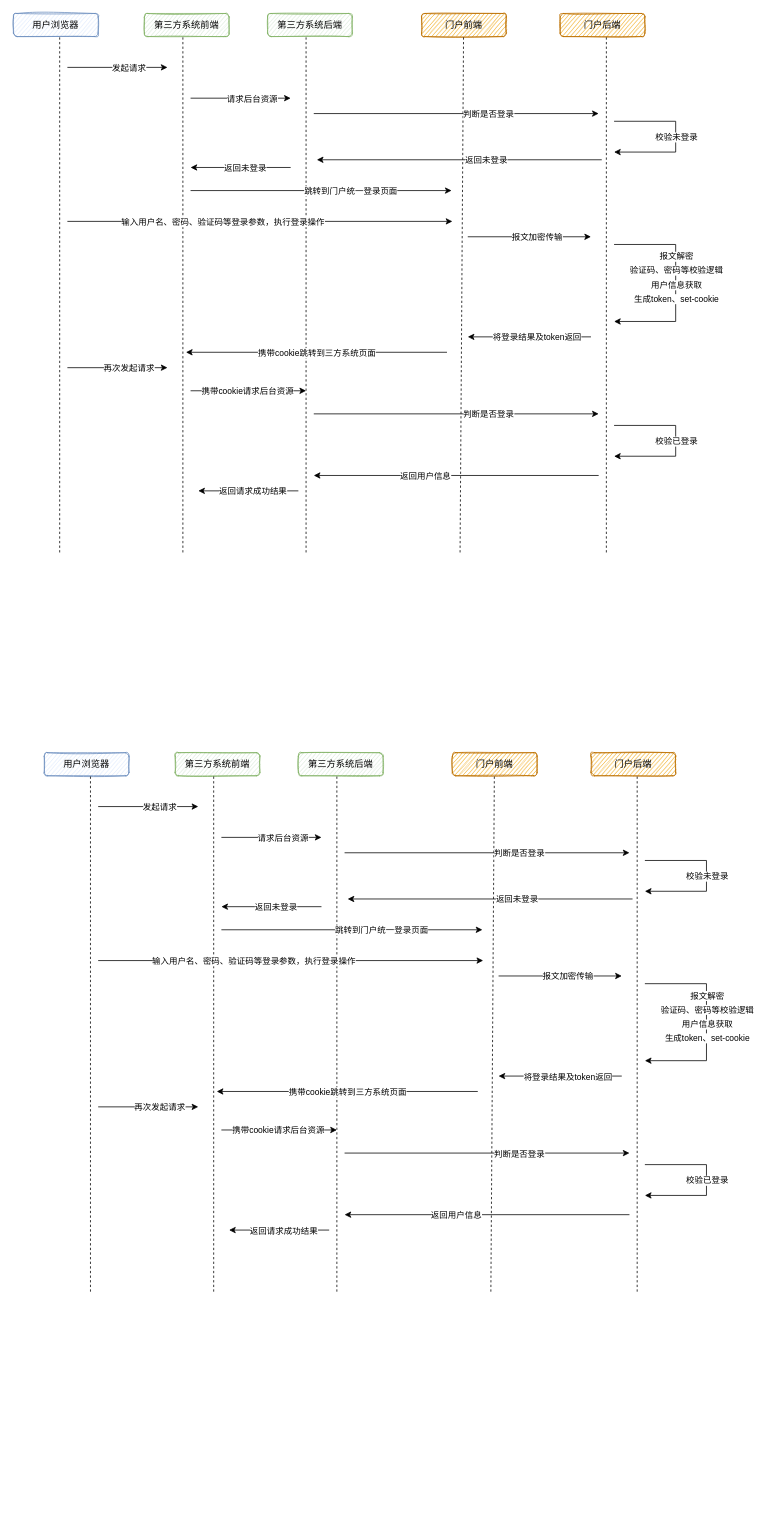
Before: 单点登录流程oauth2.drawio in Aias00/drawio, a draw.io diagram. Source tidied: cells renumbered, new cells numbered last; positions are measured from the earlier drawing's top-left corner, leaving out a move shared by most shapes. Both pictures are drawn from the tidied source at 77%, with x=0, y=0 at pixel (13, 13).
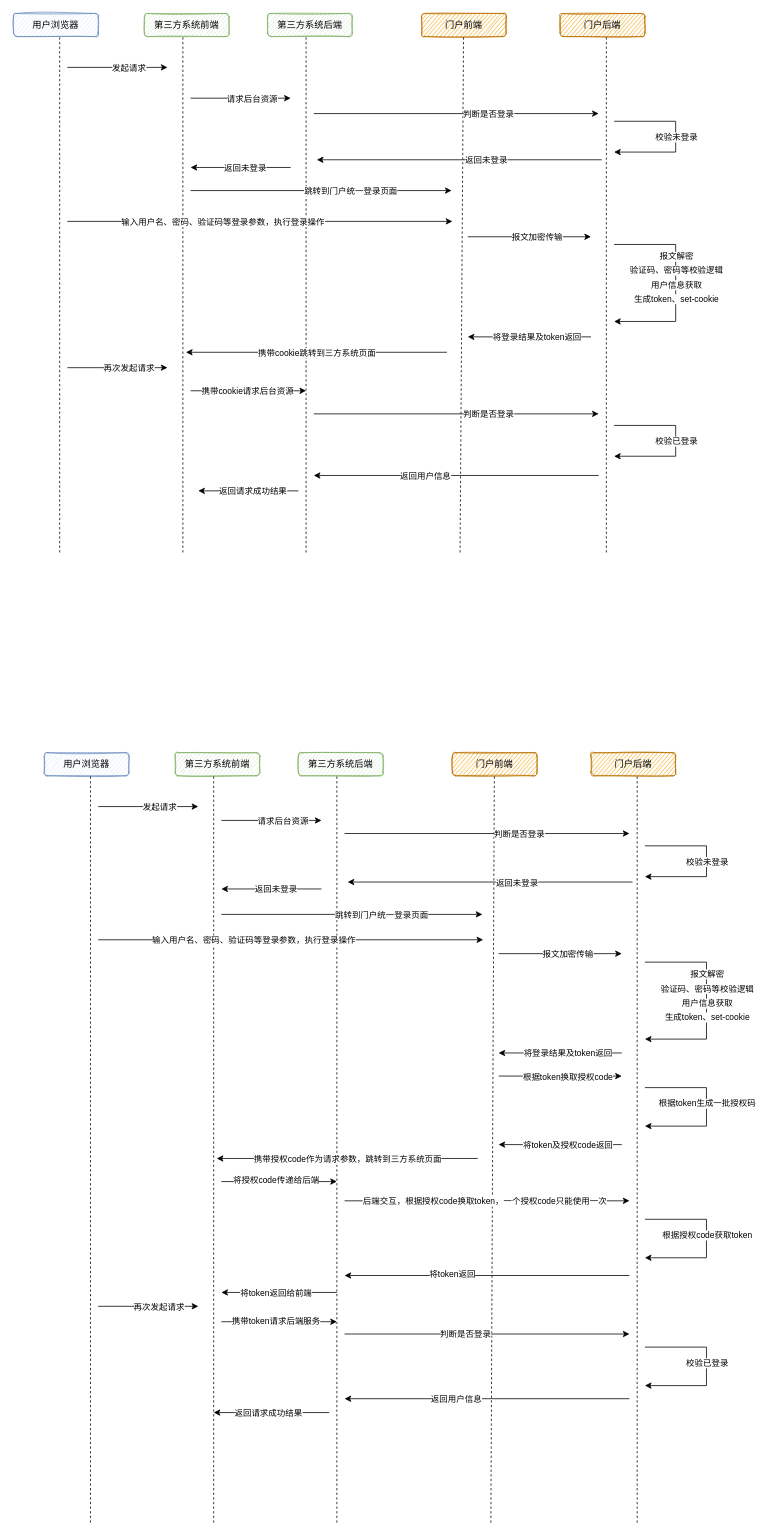
After the change.

Commit message:
更新单点登录流程oauth2.drawio

The edit, as a diff of the source:
```diff
@@
     <mxCell id="56" style="endArrow=none;dashed=1;html=1;rounded=0;" parent="1" edge="1">
       <mxGeometry relative="1" as="geometry">
-        <mxPoint x="260" y="1660" as="sourcePoint" />
+        <mxPoint x="260" y="1960" as="sourcePoint" />
         <mxPoint x="260" y="990" as="targetPoint" />
       </mxGeometry>
     </mxCell>
     <mxCell id="57" style="endArrow=none;dashed=1;html=1;rounded=0;" parent="1" edge="1">
       <mxGeometry relative="1" as="geometry">
-        <mxPoint x="100" y="1660" as="sourcePoint" />
+        <mxPoint x="100" y="1960" as="sourcePoint" />
         <mxPoint x="100" y="990" as="targetPoint" />
       </mxGeometry>
     </mxCell>
@@
     <mxCell id="60" style="endArrow=none;dashed=1;html=1;rounded=0;" parent="1" edge="1">
       <mxGeometry relative="1" as="geometry">
-        <mxPoint x="420" y="1660" as="sourcePoint" />
+        <mxPoint x="420" y="1960" as="sourcePoint" />
         <mxPoint x="420" y="990" as="targetPoint" />
       </mxGeometry>
     </mxCell>
     <mxCell id="61" style="endArrow=classic;html=1;rounded=0;" parent="1" edge="1">
       <mxGeometry relative="1" as="geometry">
-        <mxPoint x="270" y="1070" as="sourcePoint" />
-        <mxPoint x="400" y="1070" as="targetPoint" />
+        <mxPoint x="270" y="1048" as="sourcePoint" />
+        <mxPoint x="400" y="1048" as="targetPoint" />
       </mxGeometry>
     </mxCell>
@@
     <mxCell id="63" style="endArrow=none;dashed=1;html=1;rounded=0;" parent="1" edge="1">
       <mxGeometry relative="1" as="geometry">
-        <mxPoint x="620" y="1660" as="sourcePoint" />
+        <mxPoint x="620" y="1960" as="sourcePoint" />
         <mxPoint x="624.5" y="990" as="targetPoint" />
       </mxGeometry>
     </mxCell>
     <mxCell id="64" style="endArrow=none;dashed=1;html=1;rounded=0;" parent="1" edge="1">
       <mxGeometry relative="1" as="geometry">
-        <mxPoint x="810" y="1660" as="sourcePoint" />
+        <mxPoint x="810" y="1960" as="sourcePoint" />
         <mxPoint x="810" y="990" as="targetPoint" />
       </mxGeometry>
     </mxCell>
     <mxCell id="65" style="endArrow=classic;html=1;rounded=0;" parent="1" edge="1">
       <mxGeometry relative="1" as="geometry">
-        <mxPoint x="430" y="1090" as="sourcePoint" />
-        <mxPoint x="800" y="1090" as="targetPoint" />
+        <mxPoint x="430" y="1065" as="sourcePoint" />
+        <mxPoint x="800" y="1065" as="targetPoint" />
       </mxGeometry>
     </mxCell>
@@
     <mxCell id="67" style="endArrow=classic;html=1;rounded=0;" parent="1" edge="1">
       <mxGeometry relative="1" as="geometry">
-        <mxPoint x="804" y="1150" as="sourcePoint" />
-        <mxPoint x="434" y="1150" as="targetPoint" />
+        <mxPoint x="804" y="1128" as="sourcePoint" />
+        <mxPoint x="434" y="1128" as="targetPoint" />
       </mxGeometry>
     </mxCell>
@@
     <mxCell id="69" style="endArrow=classic;html=1;rounded=0;" parent="1" edge="1">
       <mxGeometry relative="1" as="geometry">
-        <mxPoint x="400" y="1160" as="sourcePoint" />
-        <mxPoint x="270" y="1160" as="targetPoint" />
+        <mxPoint x="400" y="1137" as="sourcePoint" />
+        <mxPoint x="270" y="1137" as="targetPoint" />
       </mxGeometry>
     </mxCell>
@@
     <mxCell id="71" style="endArrow=classic;html=1;rounded=0;" parent="1" edge="1">
       <mxGeometry relative="1" as="geometry">
-        <mxPoint x="270" y="1190" as="sourcePoint" />
-        <mxPoint x="609" y="1190" as="targetPoint" />
+        <mxPoint x="270" y="1170" as="sourcePoint" />
+        <mxPoint x="609" y="1170" as="targetPoint" />
       </mxGeometry>
     </mxCell>
@@
     <mxCell id="73" style="endArrow=classic;html=1;rounded=0;" parent="1" edge="1">
       <mxGeometry relative="1" as="geometry">
-        <mxPoint x="110" y="1230" as="sourcePoint" />
-        <mxPoint x="610" y="1230" as="targetPoint" />
+        <mxPoint x="110" y="1203" as="sourcePoint" />
+        <mxPoint x="610" y="1203" as="targetPoint" />
       </mxGeometry>
     </mxCell>
@@
     <mxCell id="75" style="endArrow=classic;html=1;rounded=0;" parent="1" edge="1">
       <mxGeometry relative="1" as="geometry">
-        <mxPoint x="630" y="1250" as="sourcePoint" />
-        <mxPoint x="790" y="1250" as="targetPoint" />
+        <mxPoint x="630" y="1221" as="sourcePoint" />
+        <mxPoint x="790" y="1221" as="targetPoint" />
       </mxGeometry>
     </mxCell>
@@
     <mxCell id="77" style="endArrow=classic;html=1;rounded=0;edgeStyle=elbowEdgeStyle;" parent="1" edge="1">
       <mxGeometry relative="1" as="geometry">
-        <mxPoint x="820" y="1100" as="sourcePoint" />
-        <mxPoint x="820" y="1140" as="targetPoint" />
+        <mxPoint x="820" y="1081" as="sourcePoint" />
+        <mxPoint x="820" y="1121" as="targetPoint" />
         <Array as="points">
-          <mxPoint x="900" y="1120" />
+          <mxPoint x="900" y="1101" />
         </Array>
       </mxGeometry>
     </mxCell>
@@
     <mxCell id="79" style="endArrow=classic;html=1;rounded=0;edgeStyle=elbowEdgeStyle;" parent="1" edge="1">
       <mxGeometry relative="1" as="geometry">
-        <mxPoint x="820" y="1260" as="sourcePoint" />
-        <mxPoint x="820" y="1360" as="targetPoint" />
+        <mxPoint x="820" y="1232" as="sourcePoint" />
+        <mxPoint x="820" y="1332" as="targetPoint" />
         <Array as="points">
-          <mxPoint x="900" y="1280" />
+          <mxPoint x="900" y="1252" />
         </Array>
       </mxGeometry>
     </mxCell>
@@
     <mxCell id="81" value="验证码、密码等校验逻辑" style="edgeLabel;html=1;align=center;verticalAlign=middle;" parent="1" vertex="1">
-      <mxGeometry x="900" y="1293" as="geometry" />
+      <mxGeometry x="900" y="1266" as="geometry" />
     </mxCell>
     <mxCell id="82" value="用户信息获取" style="edgeLabel;html=1;align=center;verticalAlign=middle;" parent="1" vertex="1">
-      <mxGeometry x="900" y="1312" as="geometry" />
+      <mxGeometry x="900" y="1285" as="geometry" />
     </mxCell>
     <mxCell id="83" value="生成token、set-cookie" style="edgeLabel;html=1;align=center;verticalAlign=middle;" parent="1" vertex="1">
-      <mxGeometry x="900" y="1330" as="geometry" />
+      <mxGeometry x="900" y="1303" as="geometry" />
     </mxCell>
     <mxCell id="84" style="endArrow=classic;html=1;rounded=0;" parent="1" edge="1">
       <mxGeometry relative="1" as="geometry">
-        <mxPoint x="790" y="1380" as="sourcePoint" />
-        <mxPoint x="630" y="1380" as="targetPoint" />
+        <mxPoint x="790" y="1350" as="sourcePoint" />
+        <mxPoint x="630" y="1350" as="targetPoint" />
       </mxGeometry>
     </mxCell>
@@
     <mxCell id="86" style="endArrow=classic;html=1;rounded=0;" parent="1" edge="1">
       <mxGeometry relative="1" as="geometry">
-        <mxPoint x="603" y="1400" as="sourcePoint" />
-        <mxPoint x="264" y="1400" as="targetPoint" />
+        <mxPoint x="603" y="1487" as="sourcePoint" />
+        <mxPoint x="264" y="1487" as="targetPoint" />
       </mxGeometry>
     </mxCell>
-    <mxCell id="87" value="携带cookie跳转到三方系统页面" style="edgeLabel;html=1;align=center;verticalAlign=middle;" parent="86" vertex="1">
+    <mxCell id="87" value="携带授权code作为请求参数，跳转到三方系统页面" style="edgeLabel;html=1;align=center;verticalAlign=middle;" parent="86" vertex="1">
       <mxGeometry x="0.22" relative="1" as="geometry">
         <mxPoint x="37" as="offset" />
       </mxGeometry>
     </mxCell>
-    <mxCell id="88" style="endArrow=classic;html=1;rounded=0;" parent="1" edge="1">
-      <mxGeometry relative="1" as="geometry">
-        <mxPoint x="110" y="1420" as="sourcePoint" />
-        <mxPoint x="240" y="1420" as="targetPoint" />
-      </mxGeometry>
-    </mxCell>
+    <mxCell id="90" style="endArrow=classic;html=1;rounded=0;" parent="1" edge="1">
+      <mxGeometry relative="1" as="geometry">
+        <mxPoint x="270" y="1517" as="sourcePoint" />
+        <mxPoint x="420" y="1517" as="targetPoint" />
+      </mxGeometry>
+    </mxCell>
+    <mxCell id="100" value="将授权code传递给后端" style="edgeLabel;html=1;align=center;verticalAlign=middle;" parent="90" vertex="1">
+      <mxGeometry x="-0.31" y="2" relative="1" as="geometry">
+        <mxPoint x="18" as="offset" />
+      </mxGeometry>
+    </mxCell>
+    <mxCell id="101" style="endArrow=classic;html=1;rounded=0;" parent="1" edge="1">
+      <mxGeometry relative="1" as="geometry">
+        <mxPoint x="630" y="1380" as="sourcePoint" />
+        <mxPoint x="790" y="1380" as="targetPoint" />
+      </mxGeometry>
+    </mxCell>
+    <mxCell id="102" value="根据token换取授权code" style="edgeLabel;html=1;align=center;verticalAlign=middle;" parent="101" vertex="1">
+      <mxGeometry x="0.22" relative="1" as="geometry">
+        <mxPoint x="-9" as="offset" />
+      </mxGeometry>
+    </mxCell>
+    <mxCell id="103" style="endArrow=classic;html=1;rounded=0;edgeStyle=elbowEdgeStyle;" parent="1" edge="1">
+      <mxGeometry relative="1" as="geometry">
+        <mxPoint x="820" y="1395" as="sourcePoint" />
+        <mxPoint x="820" y="1445" as="targetPoint" />
+        <Array as="points">
+          <mxPoint x="900" y="1415" />
+        </Array>
+      </mxGeometry>
+    </mxCell>
+    <mxCell id="104" value="根据token生成一批授权码" style="edgeLabel;html=1;align=center;verticalAlign=middle;" parent="103" vertex="1">
+      <mxGeometry x="-0.27" y="-2" relative="1" as="geometry">
+        <mxPoint x="3" y="18" as="offset" />
+      </mxGeometry>
+    </mxCell>
+    <mxCell id="105" style="endArrow=classic;html=1;rounded=0;" parent="1" edge="1">
+      <mxGeometry relative="1" as="geometry">
+        <mxPoint x="790" y="1469" as="sourcePoint" />
+        <mxPoint x="630" y="1469" as="targetPoint" />
+      </mxGeometry>
+    </mxCell>
+    <mxCell id="106" value="将token及授权code返回" style="edgeLabel;html=1;align=center;verticalAlign=middle;" parent="105" vertex="1">
+      <mxGeometry x="0.22" relative="1" as="geometry">
+        <mxPoint x="27" as="offset" />
+      </mxGeometry>
+    </mxCell>
+    <mxCell id="107" style="endArrow=classic;html=1;rounded=0;" parent="1" edge="1">
+      <mxGeometry relative="1" as="geometry">
+        <mxPoint x="430" y="1542" as="sourcePoint" />
+        <mxPoint x="800" y="1542" as="targetPoint" />
+      </mxGeometry>
+    </mxCell>
+    <mxCell id="108" value="后端交互，根据授权code换取token，一个授权code只能使用一次" style="edgeLabel;html=1;align=center;verticalAlign=middle;" parent="107" vertex="1">
+      <mxGeometry x="0.22" relative="1" as="geometry">
+        <mxPoint x="-45" as="offset" />
+      </mxGeometry>
+    </mxCell>
+    <mxCell id="109" style="endArrow=classic;html=1;rounded=0;edgeStyle=elbowEdgeStyle;" parent="1" edge="1">
+      <mxGeometry relative="1" as="geometry">
+        <mxPoint x="820" y="1566" as="sourcePoint" />
+        <mxPoint x="820" y="1616" as="targetPoint" />
+        <Array as="points">
+          <mxPoint x="900" y="1586" />
+        </Array>
+      </mxGeometry>
+    </mxCell>
+    <mxCell id="110" value="根据授权code获取token" style="edgeLabel;html=1;align=center;verticalAlign=middle;" parent="109" vertex="1">
+      <mxGeometry x="-0.27" y="-2" relative="1" as="geometry">
+        <mxPoint x="3" y="18" as="offset" />
+      </mxGeometry>
+    </mxCell>
+    <mxCell id="111" style="endArrow=classic;html=1;rounded=0;" parent="1" edge="1">
+      <mxGeometry relative="1" as="geometry">
+        <mxPoint x="800" y="1639" as="sourcePoint" />
+        <mxPoint x="430" y="1639" as="targetPoint" />
+      </mxGeometry>
+    </mxCell>
+    <mxCell id="112" value="将token返回" style="edgeLabel;html=1;align=center;verticalAlign=middle;" parent="111" vertex="1">
+      <mxGeometry x="0.25" y="-2" relative="1" as="geometry" />
+    </mxCell>
+    <mxCell id="113" style="endArrow=classic;html=1;rounded=0;" parent="1" edge="1">
+      <mxGeometry relative="1" as="geometry">
+        <mxPoint x="420" y="1661" as="sourcePoint" />
+        <mxPoint x="270" y="1661" as="targetPoint" />
+      </mxGeometry>
+    </mxCell>
+    <mxCell id="114" value="将token返回给前端" style="edgeLabel;html=1;align=center;verticalAlign=middle;" parent="113" vertex="1">
+      <mxGeometry x="0.63" y="-4" relative="1" as="geometry">
+        <mxPoint x="42" y="4" as="offset" />
+      </mxGeometry>
+    </mxCell>
+    <mxCell id="115" style="endArrow=classic;html=1;rounded=0;" parent="1" edge="1">
+      <mxGeometry relative="1" as="geometry">
+        <mxPoint x="110" y="1679" as="sourcePoint" />
+        <mxPoint x="240" y="1679" as="targetPoint" />
+      </mxGeometry>
+    </mxCell>
-    <mxCell id="89" value="再次发起请求" style="edgeLabel;html=1;align=center;verticalAlign=middle;" parent="88" vertex="1">
-      <mxGeometry x="0.22" relative="1" as="geometry" />
+    <mxCell id="89" value="再次发起请求" style="edgeLabel;html=1;align=center;verticalAlign=middle;" parent="115" vertex="1">
+      <mxGeometry x="0.22" relative="1" as="geometry">
+        <mxPoint x="-1" as="offset" />
+      </mxGeometry>
     </mxCell>
-    <mxCell id="90" style="endArrow=classic;html=1;rounded=0;" parent="1" edge="1">
-      <mxGeometry relative="1" as="geometry">
-        <mxPoint x="270" y="1450" as="sourcePoint" />
-        <mxPoint x="420" y="1450" as="targetPoint" />
-      </mxGeometry>
-    </mxCell>
-    <mxCell id="91" value="携带cookie请求后台资源" style="edgeLabel;html=1;align=center;verticalAlign=middle;" parent="90" vertex="1">
-      <mxGeometry x="0.22" relative="1" as="geometry">
-        <mxPoint x="-19" as="offset" />
-      </mxGeometry>
-    </mxCell>
-    <mxCell id="92" style="endArrow=classic;html=1;rounded=0;" parent="1" edge="1">
-      <mxGeometry relative="1" as="geometry">
-        <mxPoint x="430" y="1480" as="sourcePoint" />
-        <mxPoint x="800" y="1480" as="targetPoint" />
-      </mxGeometry>
-    </mxCell>
+    <mxCell id="116" style="endArrow=classic;html=1;rounded=0;" parent="1" edge="1">
+      <mxGeometry relative="1" as="geometry">
+        <mxPoint x="270" y="1699" as="sourcePoint" />
+        <mxPoint x="420" y="1699" as="targetPoint" />
+      </mxGeometry>
+    </mxCell>
+    <mxCell id="117" value="携带token请求后端服务" style="edgeLabel;html=1;align=center;verticalAlign=middle;" parent="116" vertex="1">
+      <mxGeometry x="-0.61" relative="1" as="geometry">
+        <mxPoint x="41" y="-1" as="offset" />
+      </mxGeometry>
+    </mxCell>
+    <mxCell id="118" style="endArrow=classic;html=1;rounded=0;" parent="1" edge="1">
+      <mxGeometry relative="1" as="geometry">
+        <mxPoint x="430" y="1715" as="sourcePoint" />
+        <mxPoint x="800" y="1715" as="targetPoint" />
+      </mxGeometry>
+    </mxCell>
-    <mxCell id="93" value="判断是否登录" style="edgeLabel;html=1;align=center;verticalAlign=middle;" parent="92" vertex="1">
-      <mxGeometry x="0.22" relative="1" as="geometry" />
+    <mxCell id="93" value="判断是否登录" style="edgeLabel;html=1;align=center;verticalAlign=middle;" parent="118" vertex="1">
+      <mxGeometry x="0.22" relative="1" as="geometry">
+        <mxPoint x="-70" as="offset" />
+      </mxGeometry>
     </mxCell>
-    <mxCell id="94" style="endArrow=classic;html=1;rounded=0;edgeStyle=elbowEdgeStyle;" parent="1" edge="1">
-      <mxGeometry relative="1" as="geometry">
-        <mxPoint x="820" y="1495" as="sourcePoint" />
-        <mxPoint x="820" y="1535" as="targetPoint" />
-        <Array as="points">
-          <mxPoint x="900" y="1515" />
-        </Array>
-      </mxGeometry>
-    </mxCell>
+    <mxCell id="119" style="endArrow=classic;html=1;rounded=0;edgeStyle=elbowEdgeStyle;" parent="1" edge="1">
+      <mxGeometry relative="1" as="geometry">
+        <mxPoint x="820" y="1732" as="sourcePoint" />
+        <mxPoint x="820" y="1782" as="targetPoint" />
+        <Array as="points">
+          <mxPoint x="900" y="1752" />
+        </Array>
+      </mxGeometry>
+    </mxCell>
-    <mxCell id="95" value="校验已登录" style="edgeLabel;html=1;align=center;verticalAlign=middle;" parent="94" vertex="1">
-      <mxGeometry x="-0.52" y="-2" relative="1" as="geometry">
-        <mxPoint x="32" y="18" as="offset" />
+    <mxCell id="95" value="校验已登录" style="edgeLabel;html=1;align=center;verticalAlign=middle;" parent="119" vertex="1">
+      <mxGeometry x="-0.27" y="-2" relative="1" as="geometry">
+        <mxPoint x="3" y="18" as="offset" />
       </mxGeometry>
     </mxCell>
-    <mxCell id="96" style="endArrow=classic;html=1;rounded=0;" parent="1" edge="1">
-      <mxGeometry relative="1" as="geometry">
-        <mxPoint x="800" y="1560" as="sourcePoint" />
-        <mxPoint x="430" y="1560" as="targetPoint" />
-      </mxGeometry>
-    </mxCell>
+    <mxCell id="120" style="endArrow=classic;html=1;rounded=0;" parent="1" edge="1">
+      <mxGeometry relative="1" as="geometry">
+        <mxPoint x="800" y="1799" as="sourcePoint" />
+        <mxPoint x="430" y="1799" as="targetPoint" />
+      </mxGeometry>
+    </mxCell>
-    <mxCell id="97" value="返回用户信息" style="edgeLabel;html=1;align=center;verticalAlign=middle;" parent="96" vertex="1">
+    <mxCell id="97" value="返回用户信息" style="edgeLabel;html=1;align=center;verticalAlign=middle;" parent="120" vertex="1">
       <mxGeometry x="0.22" relative="1" as="geometry" />
     </mxCell>
-    <mxCell id="98" style="endArrow=classic;html=1;rounded=0;" parent="1" edge="1">
-      <mxGeometry relative="1" as="geometry">
-        <mxPoint x="410" y="1580" as="sourcePoint" />
-        <mxPoint x="280" y="1580" as="targetPoint" />
-      </mxGeometry>
-    </mxCell>
+    <mxCell id="121" style="endArrow=classic;html=1;rounded=0;" parent="1" edge="1">
+      <mxGeometry relative="1" as="geometry">
+        <mxPoint x="410" y="1817" as="sourcePoint" />
+        <mxPoint x="260" y="1817" as="targetPoint" />
+      </mxGeometry>
+    </mxCell>
-    <mxCell id="99" value="返回请求成功结果" style="edgeLabel;html=1;align=center;verticalAlign=middle;" parent="98" vertex="1">
-      <mxGeometry x="0.22" relative="1" as="geometry">
-        <mxPoint x="19" as="offset" />
+    <mxCell id="99" value="返回请求成功结果" style="edgeLabel;html=1;align=center;verticalAlign=middle;" parent="121" vertex="1">
+      <mxGeometry x="0.63" y="-4" relative="1" as="geometry">
+        <mxPoint x="42" y="4" as="offset" />
       </mxGeometry>
     </mxCell>
```
